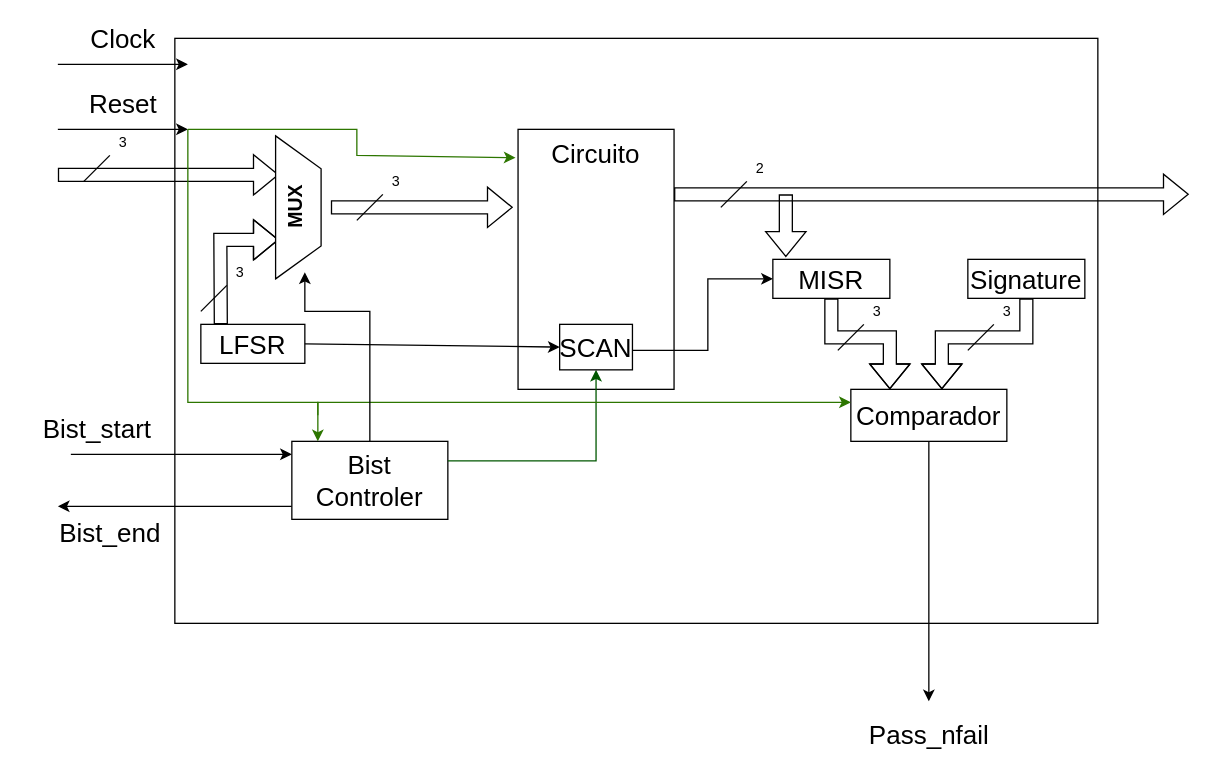
Earlier version of the draw.io diagram Projeto2/Diagrama.drawio (victor-macedo/PTFSE). Source tidied: cells renumbered, new cells numbered last; positions are measured from the earlier drawing's top-left corner, leaving out a move shared by most shapes. Both pictures are drawn from the tidied source at 130%, with x=0, y=0 at pixel (57, 38).
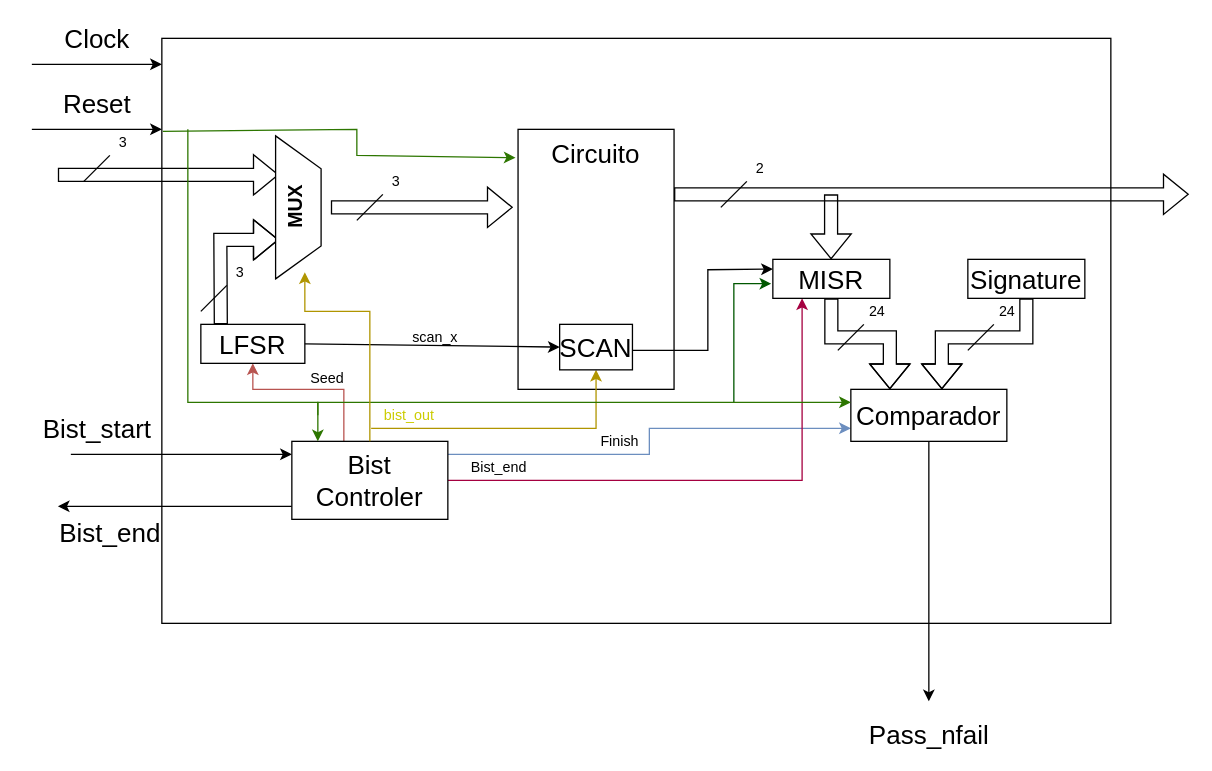
Above is the later version.

Commit message (it also covers changes not shown here):
Adicionado Seed

The change refers to these unchanged cells:
```xml
<mxCell id="7" value="&lt;font style=&quot;font-size: 20px;&quot;&gt;Bist&lt;br&gt;Controler&lt;/font&gt;" style="rounded=0;whiteSpace=wrap;html=1;" parent="1" vertex="1">
  <mxGeometry x="180" y="310" width="120" height="60" as="geometry" />
</mxCell>
<mxCell id="8" value="Circuito" style="rounded=0;whiteSpace=wrap;html=1;fontSize=20;verticalAlign=top;" parent="1" vertex="1">
  <mxGeometry x="354" y="70" width="120" height="200" as="geometry" />
</mxCell>
<mxCell id="9" value="&lt;font style=&quot;font-size: 20px;&quot;&gt;LFSR&lt;/font&gt;" style="rounded=0;whiteSpace=wrap;html=1;" parent="1" vertex="1">
  <mxGeometry x="110" y="220" width="80" height="30" as="geometry" />
</mxCell>
<mxCell id="14" value="&lt;font style=&quot;font-size: 20px;&quot;&gt;SCAN&lt;/font&gt;" style="rounded=0;whiteSpace=wrap;html=1;" parent="1" vertex="1">
  <mxGeometry x="386" y="220" width="56" height="35" as="geometry" />
</mxCell>
<mxCell id="18" value="&lt;font style=&quot;font-size: 20px;&quot;&gt;MISR&lt;/font&gt;" style="rounded=0;whiteSpace=wrap;html=1;" parent="1" vertex="1">
  <mxGeometry x="550" y="170" width="90" height="30" as="geometry" />
</mxCell>
<mxCell id="23" value="&lt;font style=&quot;font-size: 20px;&quot;&gt;Comparador&lt;/font&gt;" style="rounded=0;whiteSpace=wrap;html=1;" parent="1" vertex="1">
  <mxGeometry x="610" y="270" width="120" height="40" as="geometry" />
</mxCell>
```

What changed in the source:
```diff
@@
     <mxCell id="2" style="rounded=0;whiteSpace=wrap;html=1;" parent="1" vertex="1">
-      <mxGeometry x="90" width="710" height="450" as="geometry" />
+      <mxGeometry x="80" width="730" height="450" as="geometry" />
     </mxCell>
     <mxCell id="3" value="&lt;font style=&quot;font-size: 20px;&quot;&gt;Clock&lt;/font&gt;" style="endArrow=classic;html=1;rounded=0;" parent="1" edge="1">
       <mxGeometry y="20" relative="1" as="geometry">
-        <mxPoint y="20" as="sourcePoint" />
-        <mxPoint x="100" y="20" as="targetPoint" />
+        <mxPoint x="-20" y="20" as="sourcePoint" />
+        <mxPoint x="80" y="20" as="targetPoint" />
       </mxGeometry>
     </mxCell>
     <mxCell id="4" value="&lt;font style=&quot;font-size: 20px;&quot;&gt;Reset&lt;/font&gt;" style="endArrow=classic;html=1;rounded=0;" parent="1" edge="1">
       <mxGeometry y="20" relative="1" as="geometry">
-        <mxPoint y="70" as="sourcePoint" />
-        <mxPoint x="100" y="70" as="targetPoint" />
+        <mxPoint x="-20" y="70" as="sourcePoint" />
+        <mxPoint x="80" y="70" as="targetPoint" />
       </mxGeometry>
     </mxCell>
@@
+    <mxCell id="36" style="edgeStyle=orthogonalEdgeStyle;rounded=0;jettySize=auto;html=1;fillColor=#f8cecc;strokeColor=#b85450;" parent="1" edge="1" source="7" target="9">
+      <mxGeometry relative="1" as="geometry">
+        <Array as="points">
+          <mxPoint x="220" y="270" />
+          <mxPoint x="150" y="270" />
+        </Array>
+      </mxGeometry>
+    </mxCell>
+    <mxCell id="37" value="Seed" style="edgeLabel;html=1;align=center;verticalAlign=middle;" parent="36" vertex="1">
+      <mxGeometry x="-0.17" y="1" relative="1" as="geometry">
+        <mxPoint y="-10" as="offset" />
+      </mxGeometry>
+    </mxCell>
+    <mxCell id="38" value="Finish" style="edgeStyle=orthogonalEdgeStyle;rounded=0;jettySize=auto;html=1;entryX=0;entryY=0.75;entryDx=0;entryDy=0;fillColor=#dae8fc;strokeColor=#6c8ebf;" parent="1" edge="1" source="7" target="23">
+      <mxGeometry x="-0.2" y="10" relative="1" as="geometry">
+        <Array as="points">
+          <mxPoint x="455" y="320" />
+          <mxPoint x="455" y="300" />
+        </Array>
+      </mxGeometry>
+    </mxCell>
+    <mxCell id="39" value="Bist_end" style="edgeStyle=orthogonalEdgeStyle;rounded=0;jettySize=auto;html=1;entryX=0.25;entryY=1;entryDx=0;entryDy=0;fillColor=#d80073;strokeColor=#A50040;" parent="1" edge="1" source="7" target="18">
+      <mxGeometry x="-0.81" y="10" relative="1" as="geometry" />
+    </mxCell>
@@
-    <mxCell id="12" style="edgeStyle=orthogonalEdgeStyle;rounded=0;jettySize=auto;html=1;entryX=0.5;entryY=1;entryDx=0;entryDy=0;fillColor=#008a00;strokeColor=#005700;exitX=1;exitY=0.25;exitDx=0;exitDy=0;" parent="1" edge="1" source="7" target="14">
-      <mxGeometry x="-0.7" y="20" relative="1" as="geometry" />
-    </mxCell>
@@
+    <mxCell id="40" style="edgeStyle=orthogonalEdgeStyle;rounded=0;jettySize=auto;html=1;endArrow=none;endFill=0;startArrow=classic;startFill=1;fillColor=#e3c800;strokeColor=#B09500;fontColor=#CCCC00;" parent="1" edge="1" source="14">
+      <mxGeometry relative="1" as="geometry">
+        <mxPoint x="241" y="300" as="targetPoint" />
+        <Array as="points">
+          <mxPoint x="414" y="300" />
+          <mxPoint x="241" y="300" />
+        </Array>
+      </mxGeometry>
+    </mxCell>
@@
-    <mxCell id="15" style="endArrow=classic;html=1;rounded=0;entryX=0;entryY=0.5;entryDx=0;entryDy=0;exitX=1;exitY=0.5;exitDx=0;exitDy=0;" parent="1" edge="1" source="9" target="14">
-      <mxGeometry relative="1" as="geometry" />
+    <mxCell id="15" value="scan_x" style="endArrow=classic;html=1;rounded=0;entryX=0;entryY=0.5;entryDx=0;entryDy=0;exitX=1;exitY=0.5;exitDx=0;exitDy=0;labelBackgroundColor=none;" parent="1" edge="1" source="9" target="14">
+      <mxGeometry x="0.02" y="6" relative="1" as="geometry" />
     </mxCell>
@@
-    <mxCell id="17" style="endArrow=classic;html=1;rounded=0;entryX=0;entryY=0.5;entryDx=0;entryDy=0;" parent="1" edge="1" target="18">
+    <mxCell id="17" style="endArrow=classic;html=1;rounded=0;entryX=0;entryY=0.25;entryDx=0;entryDy=0;" parent="1" edge="1" target="18">
       <mxGeometry relative="1" as="geometry">
         <mxPoint x="442" y="240" as="sourcePoint" />
         <Array as="points">
           <mxPoint x="500" y="240" />
-          <mxPoint x="500" y="185" />
+          <mxPoint x="500" y="178" />
         </Array>
       </mxGeometry>
     </mxCell>
+    <mxCell id="41" style="edgeStyle=orthogonalEdgeStyle;rounded=0;jettySize=auto;html=1;exitX=-0.014;exitY=0.624;exitDx=0;exitDy=0;fillColor=#008a00;strokeColor=#005700;startArrow=classic;startFill=1;endArrow=none;endFill=0;exitPerimeter=0;" parent="1" edge="1" source="18">
+      <mxGeometry relative="1" as="geometry">
+        <mxPoint x="520" y="280" as="targetPoint" />
+        <Array as="points">
+          <mxPoint x="520" y="189" />
+        </Array>
+      </mxGeometry>
+    </mxCell>
+    <mxCell id="42" style="edgeStyle=orthogonalEdgeStyle;rounded=0;orthogonalLoop=1;jettySize=auto;html=1;shape=flexArrow;startArrow=block;endArrow=none;endFill=0;" parent="1" edge="1">
+      <mxGeometry relative="1" as="geometry">
+        <mxPoint x="594.8" y="170" as="sourcePoint" />
+        <mxPoint x="594.8" y="120" as="targetPoint" />
+      </mxGeometry>
+    </mxCell>
@@
-    <mxCell id="19" style="shape=flexArrow;endArrow=classic;html=1;rounded=0;entryX=0.111;entryY=-0.059;entryDx=0;entryDy=0;entryPerimeter=0;" parent="1" edge="1" target="18">
-      <mxGeometry relative="1" as="geometry">
-        <mxPoint x="560" y="120" as="sourcePoint" />
-      </mxGeometry>
-    </mxCell>
@@
-    <mxCell id="25" style="endArrow=classic;html=1;rounded=0;entryX=-0.016;entryY=0.109;entryDx=0;entryDy=0;entryPerimeter=0;fillColor=#60a917;strokeColor=#2D7600;" parent="1" edge="1" target="8">
+    <mxCell id="25" style="endArrow=classic;html=1;rounded=0;entryX=-0.016;entryY=0.109;entryDx=0;entryDy=0;entryPerimeter=0;fillColor=#60a917;strokeColor=#2D7600;exitX=0.001;exitY=0.159;exitDx=0;exitDy=0;exitPerimeter=0;" parent="1" edge="1" source="2" target="8">
       <mxGeometry relative="1" as="geometry">
-        <mxPoint x="100" y="70" as="sourcePoint" />
         <Array as="points">
           <mxPoint x="230" y="70" />
           <mxPoint x="230" y="90" />
         </Array>
       </mxGeometry>
     </mxCell>
@@
-    <mxCell id="28" value="3" style="endArrow=none;html=1;rounded=0;" parent="1" edge="1">
-      <mxGeometry x="1" y="14" relative="1" as="geometry">
+    <mxCell id="28" value="24" style="endArrow=none;html=1;rounded=0;" parent="1" edge="1">
+      <mxGeometry x="1" y="-14" relative="1" as="geometry">
         <mxPoint x="600" y="240" as="sourcePoint" />
         <mxPoint x="620" y="220" as="targetPoint" />
-        <mxPoint x="20" as="offset" />
+        <mxPoint y="-20" as="offset" />
       </mxGeometry>
     </mxCell>
-    <mxCell id="29" value="3" style="endArrow=none;html=1;rounded=0;" parent="1" edge="1">
+    <mxCell id="29" value="24" style="endArrow=none;html=1;rounded=0;" parent="1" edge="1">
       <mxGeometry x="1" y="14" relative="1" as="geometry">
         <mxPoint x="700" y="240" as="sourcePoint" />
         <mxPoint x="720" y="220" as="targetPoint" />
         <mxPoint x="20" as="offset" />
       </mxGeometry>
     </mxCell>
@@
-    <mxCell id="34" style="endArrow=classic;html=1;rounded=0;entryX=0.5;entryY=1;entryDx=0;entryDy=0;" parent="1" edge="1">
-      <mxGeometry relative="1" as="geometry">
+    <mxCell id="34" value="bist_out" style="endArrow=classic;html=1;rounded=0;entryX=0.5;entryY=1;entryDx=0;entryDy=0;fillColor=#e3c800;strokeColor=#B09500;fontColor=#CCCC00;" parent="1" edge="1">
+      <mxGeometry x="-0.78" y="-30" relative="1" as="geometry">
         <mxPoint x="240" y="310" as="sourcePoint" />
         <mxPoint x="190" y="180" as="targetPoint" />
         <Array as="points">
           <mxPoint x="240" y="210" />
           <mxPoint x="190" y="210" />
         </Array>
       </mxGeometry>
     </mxCell>
```
